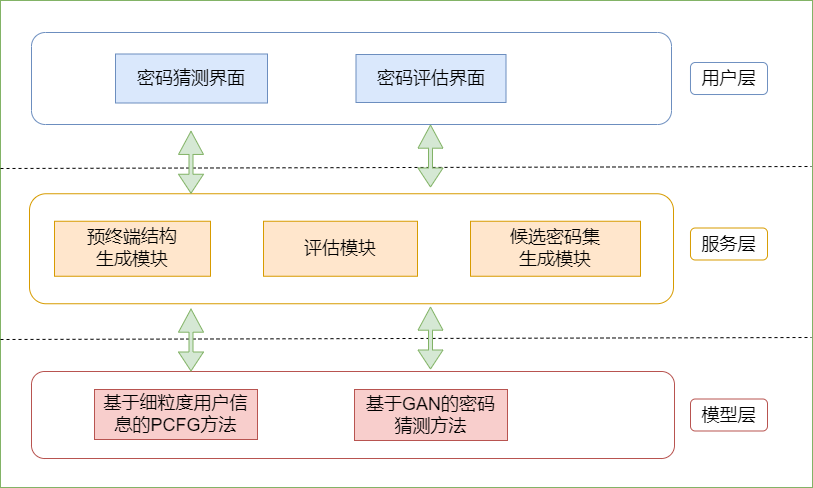
lakomi/pictures keeps this draw.io diagram as system.drawio.png. Above is the earlier version. Source tidied: cells renumbered, new cells last; positions are measured from the earlier drawing's top-left corner, leaving out a move shared by most shapes.
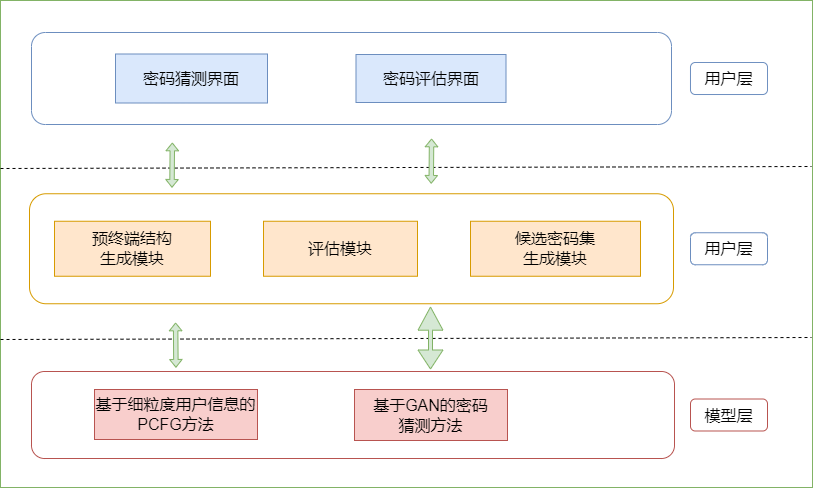
After the change.

What changed in the source:
```diff
@@ -2,83 +2,83 @@
   <root>
     <mxCell id="0" />
     <mxCell id="1" parent="0" />
-    <mxCell id="2" style="rounded=0;whiteSpace=wrap;html=1;fontSize=18;fillColor=none;strokeColor=#82b366;" parent="1" vertex="1">
+    <mxCell id="2" style="rounded=0;whiteSpace=wrap;html=1;fontSize=16;fillColor=none;strokeColor=#82b366;" parent="1" vertex="1">
       <mxGeometry width="812" height="487" as="geometry" />
     </mxCell>
-    <mxCell id="3" style="rounded=1;whiteSpace=wrap;html=1;fontSize=18;fillColor=none;strokeColor=#b85450;" parent="1" vertex="1">
+    <mxCell id="3" style="rounded=1;whiteSpace=wrap;html=1;fontSize=16;fillColor=none;strokeColor=#b85450;" parent="1" vertex="1">
       <mxGeometry x="31" y="371" width="643" height="87" as="geometry" />
     </mxCell>
-    <mxCell id="4" style="rounded=1;whiteSpace=wrap;html=1;fontSize=18;fillColor=none;strokeColor=#d79b00;" parent="1" vertex="1">
+    <mxCell id="4" style="rounded=1;whiteSpace=wrap;html=1;fontSize=16;fillColor=none;strokeColor=#d79b00;" parent="1" vertex="1">
       <mxGeometry x="29" y="193.2" width="644" height="110" as="geometry" />
     </mxCell>
-    <mxCell id="5" style="rounded=1;whiteSpace=wrap;html=1;fontSize=18;fillColor=none;strokeColor=#6c8ebf;" parent="1" vertex="1">
+    <mxCell id="5" style="rounded=1;whiteSpace=wrap;html=1;fontSize=16;fillColor=none;strokeColor=#6c8ebf;" parent="1" vertex="1">
       <mxGeometry x="31" y="32" width="640" height="92" as="geometry" />
     </mxCell>
-    <mxCell id="6" value="密码猜测界面" style="rounded=0;whiteSpace=wrap;html=1;fontSize=18;fillColor=#dae8fc;strokeColor=#6c8ebf;" parent="1" vertex="1">
+    <mxCell id="6" value="密码猜测界面" style="rounded=0;whiteSpace=wrap;html=1;fontSize=16;fillColor=#dae8fc;strokeColor=#6c8ebf;" parent="1" vertex="1">
       <mxGeometry x="115" y="53.5" width="152" height="49" as="geometry" />
     </mxCell>
-    <mxCell id="7" value="密码评估界面" style="rounded=0;whiteSpace=wrap;html=1;fontSize=18;fillColor=#dae8fc;strokeColor=#6c8ebf;" parent="1" vertex="1">
+    <mxCell id="7" value="密码评估界面" style="rounded=0;whiteSpace=wrap;html=1;fontSize=16;fillColor=#dae8fc;strokeColor=#6c8ebf;" parent="1" vertex="1">
       <mxGeometry x="355.5" y="54" width="150" height="48" as="geometry" />
     </mxCell>
-    <mxCell id="8" value="预终端结构&lt;br&gt;生成模块" style="rounded=0;whiteSpace=wrap;html=1;fontSize=18;fillColor=#ffe6cc;strokeColor=#d79b00;" parent="1" vertex="1">
+    <mxCell id="8" value="预终端结构&lt;br style=&quot;font-size: 16px;&quot;&gt;生成模块" style="rounded=0;whiteSpace=wrap;html=1;fontSize=16;fillColor=#ffe6cc;strokeColor=#d79b00;" parent="1" vertex="1">
       <mxGeometry x="54" y="220.8" width="156" height="55" as="geometry" />
     </mxCell>
-    <mxCell id="9" value="评估模块" style="rounded=0;whiteSpace=wrap;html=1;fontSize=18;fillColor=#ffe6cc;strokeColor=#d79b00;" parent="1" vertex="1">
+    <mxCell id="9" value="评估模块" style="rounded=0;whiteSpace=wrap;html=1;fontSize=16;fillColor=#ffe6cc;strokeColor=#d79b00;" parent="1" vertex="1">
       <mxGeometry x="263" y="220.8" width="154" height="55" as="geometry" />
     </mxCell>
-    <mxCell id="10" value="候选密码集&lt;br&gt;生成模块" style="rounded=0;whiteSpace=wrap;html=1;fontSize=18;fillColor=#ffe6cc;strokeColor=#d79b00;" parent="1" vertex="1">
+    <mxCell id="10" value="候选密码集&lt;br style=&quot;font-size: 16px;&quot;&gt;生成模块" style="rounded=0;whiteSpace=wrap;html=1;fontSize=16;fillColor=#ffe6cc;strokeColor=#d79b00;" parent="1" vertex="1">
       <mxGeometry x="470" y="220.8" width="170" height="55" as="geometry" />
     </mxCell>
-    <mxCell id="11" value="基于细粒度用户信息的PCFG方法" style="rounded=0;whiteSpace=wrap;html=1;fontSize=18;fillColor=#f8cecc;strokeColor=#b85450;" parent="1" vertex="1">
+    <mxCell id="11" value="基于细粒度用户信息的PCFG方法" style="rounded=0;whiteSpace=wrap;html=1;fontSize=16;fillColor=#f8cecc;strokeColor=#b85450;" parent="1" vertex="1">
       <mxGeometry x="94" y="389" width="163" height="50" as="geometry" />
     </mxCell>
-    <mxCell id="12" value="基于GAN的密码&lt;br&gt;猜测方法" style="rounded=0;whiteSpace=wrap;html=1;fontSize=18;fillColor=#f8cecc;strokeColor=#b85450;" parent="1" vertex="1">
+    <mxCell id="12" value="基于GAN的密码&lt;br style=&quot;font-size: 16px;&quot;&gt;猜测方法" style="rounded=0;whiteSpace=wrap;html=1;fontSize=16;fillColor=#f8cecc;strokeColor=#b85450;" parent="1" vertex="1">
       <mxGeometry x="354" y="389" width="153" height="51" as="geometry" />
     </mxCell>
-    <mxCell id="13" style="endArrow=none;dashed=1;html=1;rounded=0;fontSize=18;" parent="1" edge="1">
+    <mxCell id="13" style="endArrow=none;dashed=1;html=1;rounded=0;fontSize=16;" parent="1" edge="1">
       <mxGeometry relative="1" as="geometry">
         <mxPoint y="168" as="sourcePoint" />
         <mxPoint x="811" y="166" as="targetPoint" />
       </mxGeometry>
     </mxCell>
-    <mxCell id="14" style="endArrow=none;dashed=1;html=1;rounded=0;fontSize=18;" parent="1" edge="1">
+    <mxCell id="14" style="endArrow=none;dashed=1;html=1;rounded=0;fontSize=16;" parent="1" edge="1">
       <mxGeometry relative="1" as="geometry">
         <mxPoint y="339" as="sourcePoint" />
         <mxPoint x="811" y="337" as="targetPoint" />
       </mxGeometry>
     </mxCell>
-    <mxCell id="15" style="shape=flexArrow;endArrow=classic;startArrow=classic;html=1;rounded=0;width=4;endSize=7.4;fontSize=18;fillColor=#d5e8d4;strokeColor=#82b366;" parent="1" edge="1">
+    <mxCell id="15" style="shape=flexArrow;endArrow=classic;startArrow=classic;html=1;rounded=0;width=4;endSize=7.4;fontSize=16;fillColor=#d5e8d4;strokeColor=#82b366;" parent="1" edge="1">
       <mxGeometry relative="1" as="geometry">
         <mxPoint x="430" y="369" as="sourcePoint" />
         <mxPoint x="430" y="306" as="targetPoint" />
       </mxGeometry>
     </mxCell>
-    <mxCell id="16" style="shape=flexArrow;endArrow=classic;startArrow=classic;html=1;rounded=0;width=4;endSize=7.4;fontSize=18;fillColor=#d5e8d4;strokeColor=#82b366;" parent="1" edge="1">
-      <mxGeometry relative="1" as="geometry">
-        <mxPoint x="190.5" y="371" as="sourcePoint" />
-        <mxPoint x="190.5" y="308" as="targetPoint" />
-      </mxGeometry>
-    </mxCell>
-    <mxCell id="17" value="用户层" style="rounded=1;whiteSpace=wrap;html=1;fontSize=18;strokeColor=#6c8ebf;fillColor=none;" parent="1" vertex="1">
+    <mxCell id="17" value="用户层" style="rounded=1;whiteSpace=wrap;html=1;fontSize=16;strokeColor=#6c8ebf;fillColor=none;" parent="1" vertex="1">
       <mxGeometry x="690" y="62" width="77" height="32" as="geometry" />
     </mxCell>
-    <mxCell id="18" value="服务层&lt;span style=&quot;color: rgba(0 , 0 , 0 , 0) ; font-family: monospace ; font-size: 0px&quot;&gt;%3CmxGraphModel%3E%3Croot%3E%3CmxCell%20id%3D%220%22%2F%3E%3CmxCell%20id%3D%221%22%20parent%3D%220%22%2F%3E%3CmxCell%20id%3D%222%22%20value%3D%22%E7%94%A8%E6%88%B7%E5%B1%82%22%20style%3D%22rounded%3D1%3BwhiteSpace%3Dwrap%3Bhtml%3D1%3BfontSize%3D18%3BstrokeColor%3Ddefault%3BfillColor%3Dnone%3B%22%20vertex%3D%221%22%20parent%3D%221%22%3E%3CmxGeometry%20x%3D%22960%22%20y%3D%22111%22%20width%3D%2277%22%20height%3D%2232%22%20as%3D%22geometry%22%2F%3E%3C%2FmxCell%3E%3C%2Froot%3E%3C%2FmxGraphModel%3E&lt;/span&gt;" style="rounded=1;whiteSpace=wrap;html=1;fontSize=18;strokeColor=#d79b00;fillColor=none;" parent="1" vertex="1">
-      <mxGeometry x="690" y="227.5" width="77" height="32" as="geometry" />
-    </mxCell>
-    <mxCell id="19" value="模型层" style="rounded=1;whiteSpace=wrap;html=1;fontSize=18;strokeColor=#b85450;fillColor=none;" parent="1" vertex="1">
+    <mxCell id="19" value="模型层" style="rounded=1;whiteSpace=wrap;html=1;fontSize=16;strokeColor=#b85450;fillColor=none;" parent="1" vertex="1">
       <mxGeometry x="690" y="398.5" width="77" height="32" as="geometry" />
     </mxCell>
-    <mxCell id="20" style="shape=flexArrow;endArrow=classic;startArrow=classic;html=1;rounded=0;width=4;endSize=7.4;fontSize=18;fillColor=#d5e8d4;strokeColor=#82b366;" parent="1" edge="1">
-      <mxGeometry relative="1" as="geometry">
-        <mxPoint x="190.5" y="193.2" as="sourcePoint" />
-        <mxPoint x="190.5" y="130.2" as="targetPoint" />
-      </mxGeometry>
-    </mxCell>
-    <mxCell id="21" style="shape=flexArrow;endArrow=classic;startArrow=classic;html=1;rounded=0;width=4;endSize=7.4;fontSize=18;fillColor=#d5e8d4;strokeColor=#82b366;" parent="1" edge="1">
-      <mxGeometry relative="1" as="geometry">
-        <mxPoint x="430" y="187" as="sourcePoint" />
-        <mxPoint x="430" y="124" as="targetPoint" />
-      </mxGeometry>
-    </mxCell>
+    <mxCell id="22" style="shape=flexArrow;endArrow=classic;startArrow=classic;html=1;rounded=0;width=4.444444444444445;endSize=2.2694444444444444;fontSize=16;fillColor=#d5e8d4;strokeColor=#82b366;endWidth=7.129629629629629;startWidth=7.129629629629629;startSize=2.2694444444444444;" parent="1" edge="1">
+      <mxGeometry relative="1" as="geometry">
+        <mxPoint x="171.5" y="187.2" as="sourcePoint" />
+        <mxPoint x="171.8" y="142" as="targetPoint" />
+      </mxGeometry>
+    </mxCell>
+    <mxCell id="23" value="用户层" style="rounded=1;whiteSpace=wrap;html=1;fontSize=16;strokeColor=#6c8ebf;fillColor=none;" parent="1" vertex="1">
+      <mxGeometry x="690" y="232.2" width="77" height="32" as="geometry" />
+    </mxCell>
+    <mxCell id="24" style="shape=flexArrow;endArrow=classic;startArrow=classic;html=1;rounded=0;width=4.444444444444445;endSize=2.2694444444444444;fontSize=16;fillColor=#d5e8d4;strokeColor=#82b366;endWidth=7.129629629629629;startWidth=7.129629629629629;startSize=2.2694444444444444;" parent="1" edge="1">
+      <mxGeometry relative="1" as="geometry">
+        <mxPoint x="430.7" y="183.2" as="sourcePoint" />
+        <mxPoint x="431.1" y="138" as="targetPoint" />
+      </mxGeometry>
+    </mxCell>
+    <mxCell id="25" style="shape=flexArrow;endArrow=classic;startArrow=classic;html=1;rounded=0;width=4.444444444444445;endSize=2.2694444444444444;fontSize=16;fillColor=#d5e8d4;strokeColor=#82b366;endWidth=7.129629629629629;startWidth=7.129629629629629;startSize=2.2694444444444444;" parent="1" edge="1">
+      <mxGeometry relative="1" as="geometry">
+        <mxPoint x="175.4" y="367.2" as="sourcePoint" />
+        <mxPoint x="175.1" y="322" as="targetPoint" />
+      </mxGeometry>
+    </mxCell>
   </root>
 </mxGraphModel>
```
